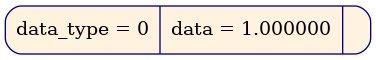
This is diff_tree/gr_dump/diff_tree_10.dot.png from pupach/diff_tree, a Graphviz export, as it was before one commit. Its source is kept beside it as diff_tree/gr_dump/diff_tree_10.dot. Its diagram source:
```dot
digraph
{
node [shape = Mrecord, color  = "navy", style = "filled"];
node0x620000000128[label = " data_type = 0 | data = 1.000000 | ", fillcolor = "#fff3e0", rank = 0];
}
```
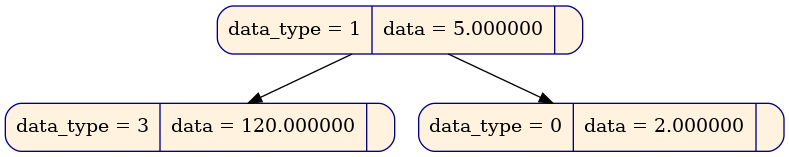
The same diagram one commit later.

What changed in the source:
```diff
@@ -1,5 +1,9 @@
 digraph
 {
 node [shape = Mrecord, color  = "navy", style = "filled"];
-node0x620000000128[label = " data_type = 0 | data = 1.000000 | ", fillcolor = "#fff3e0", rank = 0];
+node0x625000002970[label = " data_type = 1 | data = 5.000000 | ", fillcolor = "#fff3e0", rank = 0];
+node0x6250000029a8[label = " data_type = 3 | data = 120.000000 | ", fillcolor = "#fff3e0", rank = 1];
+node0x6250000029e0[label = " data_type = 0 | data = 2.000000 | ", fillcolor = "#fff3e0", rank = 1];
+node0x625000002970 -> node0x6250000029a8;
+node0x625000002970 -> node0x6250000029e0;
 }
```
